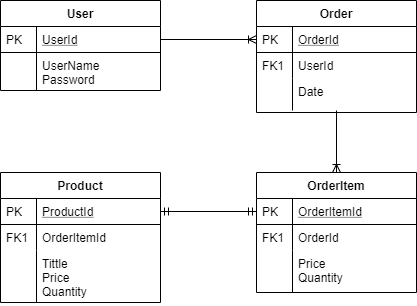
DevLucasOliveira/icecream-point keeps this draw.io diagram as database/icecream.png. Above is the earlier version. Source tidied: cells renumbered, new cells last; positions are measured from the earlier drawing's top-left corner, leaving out a move shared by most shapes.
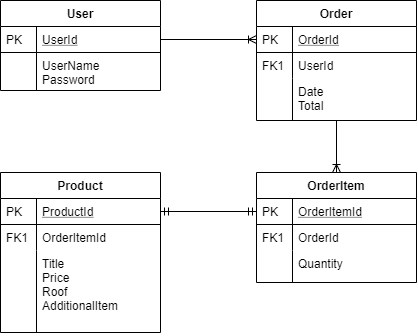
Above is the later version.

What changed in the source:
```diff
@@ -2,8 +2,17 @@
   <root>
     <mxCell id="0" />
     <mxCell id="1" parent="0" />
+    <mxCell id="9" style="fontSize=12;html=1;endArrow=ERoneToMany;exitX=1;exitY=0.5;exitDx=0;exitDy=0;" parent="1" edge="1" source="11" target="3">
+      <mxGeometry relative="1" as="geometry" />
+    </mxCell>
+    <mxCell id="15" style="fontSize=12;html=1;endArrow=ERoneToMany;entryX=0.5;entryY=0;entryDx=0;entryDy=0;" parent="1" edge="1" source="7" target="17">
+      <mxGeometry relative="1" as="geometry" />
+    </mxCell>
+    <mxCell id="16" style="fontSize=12;html=1;endArrow=ERmandOne;startArrow=ERmandOne;exitX=1;exitY=0.5;exitDx=0;exitDy=0;entryX=0;entryY=0.5;entryDx=0;entryDy=0;" parent="1" edge="1" source="25" target="18">
+      <mxGeometry relative="1" as="geometry" />
+    </mxCell>
     <mxCell id="2" value="Order" style="swimlane;fontStyle=1;horizontal=1;startSize=26;rounded=0;shadow=0;strokeWidth=1;" parent="1" vertex="1">
-      <mxGeometry x="256" width="160" height="112" as="geometry" />
+      <mxGeometry x="256" width="160" height="120" as="geometry" />
     </mxCell>
     <mxCell id="3" value="OrderId" style="shape=partialRectangle;top=0;left=0;right=0;bottom=1;align=left;verticalAlign=top;fillColor=none;spacingLeft=40;spacingRight=4;overflow=hidden;points=[[0,0.5],[1,0.5]];portConstraint=eastwest;rounded=0;shadow=0;strokeWidth=1;fontStyle=4;" parent="2" vertex="1">
       <mxGeometry y="26" width="160" height="26" as="geometry" />
@@ -17,15 +26,12 @@
     <mxCell id="6" value="FK1" style="shape=partialRectangle;top=0;left=0;bottom=0;fillColor=none;align=left;verticalAlign=top;spacingLeft=4;spacingRight=4;overflow=hidden;" parent="5" vertex="1">
       <mxGeometry width="36" height="26" as="geometry" />
     </mxCell>
-    <mxCell id="7" value="Date&#10;&#10;" style="shape=partialRectangle;top=0;left=0;right=0;bottom=0;align=left;verticalAlign=top;fillColor=none;spacingLeft=40;spacingRight=4;overflow=hidden;points=[[0,0.5],[1,0.5]];portConstraint=eastwest;rounded=0;shadow=0;strokeWidth=1;" parent="2" vertex="1">
-      <mxGeometry y="78" width="160" height="32" as="geometry" />
+    <mxCell id="7" value="Date&#10;Total&#10;" style="shape=partialRectangle;top=0;left=0;right=0;bottom=0;align=left;verticalAlign=top;fillColor=none;spacingLeft=40;spacingRight=4;overflow=hidden;points=[[0,0.5],[1,0.5]];portConstraint=eastwest;rounded=0;shadow=0;strokeWidth=1;" parent="2" vertex="1">
+      <mxGeometry y="78" width="160" height="42" as="geometry" />
     </mxCell>
     <mxCell id="8" style="shape=partialRectangle;top=0;left=0;bottom=0;fillColor=none;align=left;verticalAlign=top;spacingLeft=4;spacingRight=4;overflow=hidden;" parent="7" vertex="1">
-      <mxGeometry width="36" height="32" as="geometry" />
+      <mxGeometry width="36" height="42" as="geometry" />
     </mxCell>
-    <mxCell id="9" style="fontSize=12;html=1;endArrow=ERoneToMany;exitX=1;exitY=0.5;exitDx=0;exitDy=0;" parent="1" edge="1" source="11" target="3">
-      <mxGeometry relative="1" as="geometry" />
-    </mxCell>
     <mxCell id="10" value="User" style="swimlane;fontStyle=1;horizontal=1;startSize=26;rounded=0;shadow=0;strokeWidth=1;" parent="1" vertex="1">
       <mxGeometry width="160" height="90" as="geometry" />
     </mxCell>
@@ -41,14 +47,8 @@
     <mxCell id="14" style="shape=partialRectangle;top=0;left=0;bottom=0;fillColor=none;align=left;verticalAlign=top;spacingLeft=4;spacingRight=4;overflow=hidden;" parent="13" vertex="1">
       <mxGeometry width="36" height="38" as="geometry" />
     </mxCell>
-    <mxCell id="15" style="fontSize=12;html=1;endArrow=ERoneToMany;entryX=0.5;entryY=0;entryDx=0;entryDy=0;" parent="1" edge="1" source="7" target="17">
-      <mxGeometry relative="1" as="geometry" />
-    </mxCell>
-    <mxCell id="16" style="fontSize=12;html=1;endArrow=ERmandOne;startArrow=ERmandOne;exitX=1;exitY=0.5;exitDx=0;exitDy=0;entryX=0;entryY=0.5;entryDx=0;entryDy=0;" parent="1" edge="1" source="25" target="18">
-      <mxGeometry relative="1" as="geometry" />
-    </mxCell>
     <mxCell id="17" value="OrderItem" style="swimlane;fontStyle=1;horizontal=1;startSize=26;rounded=0;shadow=0;strokeWidth=1;" parent="1" vertex="1">
-      <mxGeometry x="256" y="172" width="160" height="120" as="geometry" />
+      <mxGeometry x="256" y="172" width="160" height="110" as="geometry" />
     </mxCell>
     <mxCell id="18" value="OrderItemId" style="shape=partialRectangle;top=0;left=0;right=0;bottom=1;align=left;verticalAlign=top;fillColor=none;spacingLeft=40;spacingRight=4;overflow=hidden;points=[[0,0.5],[1,0.5]];portConstraint=eastwest;rounded=0;shadow=0;strokeWidth=1;fontStyle=4;" parent="17" vertex="1">
       <mxGeometry y="26" width="160" height="26" as="geometry" />
@@ -62,14 +62,14 @@
     <mxCell id="21" value="FK1" style="shape=partialRectangle;top=0;left=0;bottom=0;fillColor=none;align=left;verticalAlign=top;spacingLeft=4;spacingRight=4;overflow=hidden;" parent="20" vertex="1">
       <mxGeometry width="36" height="26" as="geometry" />
     </mxCell>
-    <mxCell id="22" value="Price&#10;Quantity" style="shape=partialRectangle;top=0;left=0;right=0;bottom=0;align=left;verticalAlign=top;fillColor=none;spacingLeft=40;spacingRight=4;overflow=hidden;rounded=0;shadow=0;strokeWidth=1;" parent="17" vertex="1">
-      <mxGeometry y="78" width="160" height="42" as="geometry" />
+    <mxCell id="22" value="Quantity" style="shape=partialRectangle;top=0;left=0;right=0;bottom=0;align=left;verticalAlign=top;fillColor=none;spacingLeft=40;spacingRight=4;overflow=hidden;rounded=0;shadow=0;strokeWidth=1;" parent="17" vertex="1">
+      <mxGeometry y="78" width="160" height="32" as="geometry" />
     </mxCell>
     <mxCell id="23" style="shape=partialRectangle;top=0;left=0;bottom=0;fillColor=none;align=left;verticalAlign=top;spacingLeft=4;spacingRight=4;overflow=hidden;" parent="22" vertex="1">
-      <mxGeometry width="36" height="42" as="geometry" />
+      <mxGeometry width="36" height="32" as="geometry" />
     </mxCell>
     <mxCell id="24" value="Product" style="swimlane;fontStyle=1;horizontal=1;startSize=26;rounded=0;shadow=0;strokeWidth=1;" parent="1" vertex="1">
-      <mxGeometry y="172" width="160" height="130" as="geometry" />
+      <mxGeometry y="172" width="160" height="160" as="geometry" />
     </mxCell>
     <mxCell id="25" value="ProductId" style="shape=partialRectangle;top=0;left=0;right=0;bottom=1;align=left;verticalAlign=top;fillColor=none;spacingLeft=40;spacingRight=4;overflow=hidden;points=[[0,0.5],[1,0.5]];portConstraint=eastwest;rounded=0;shadow=0;strokeWidth=1;fontStyle=4;" parent="24" vertex="1">
       <mxGeometry y="26" width="160" height="26" as="geometry" />
@@ -83,11 +83,11 @@
     <mxCell id="28" value="FK1" style="shape=partialRectangle;top=0;left=0;bottom=0;fillColor=none;align=left;verticalAlign=top;spacingLeft=4;spacingRight=4;overflow=hidden;" parent="27" vertex="1">
       <mxGeometry width="36" height="26" as="geometry" />
     </mxCell>
-    <mxCell id="29" value="Tittle&#10;Price&#10;Quantity" style="shape=partialRectangle;top=0;left=0;right=0;bottom=0;align=left;verticalAlign=top;fillColor=none;spacingLeft=40;spacingRight=4;overflow=hidden;rounded=0;shadow=0;strokeWidth=1;" parent="24" vertex="1">
-      <mxGeometry y="78" width="160" height="52" as="geometry" />
+    <mxCell id="29" value="Title&#10;Price&#10;Roof&#10;AdditionalItem" style="shape=partialRectangle;top=0;left=0;right=0;bottom=0;align=left;verticalAlign=top;fillColor=none;spacingLeft=40;spacingRight=4;overflow=hidden;rounded=0;shadow=0;strokeWidth=1;" parent="24" vertex="1">
+      <mxGeometry y="78" width="160" height="82" as="geometry" />
     </mxCell>
     <mxCell id="30" style="shape=partialRectangle;top=0;left=0;bottom=0;fillColor=none;align=left;verticalAlign=top;spacingLeft=4;spacingRight=4;overflow=hidden;" parent="29" vertex="1">
-      <mxGeometry width="36" height="52" as="geometry" />
+      <mxGeometry width="36" height="82" as="geometry" />
     </mxCell>
   </root>
 </mxGraphModel>
```
